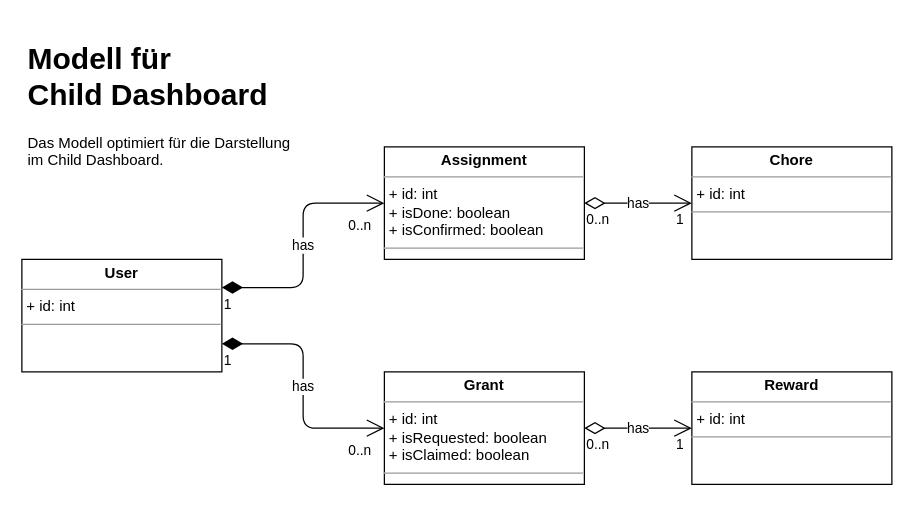
The draw.io diagram page "Child Dashboard Modell" (2 of 3) of doc/Enitätenmodell.drawio in schenkjan/MarbleCollector, before the edit. Source tidied: cells renumbered, new cells numbered last; positions are measured from the earlier drawing's top-left corner, leaving out a move shared by most shapes. Both pictures are drawn from the tidied source at 125%, with x=0, y=0 at pixel (21, 34).
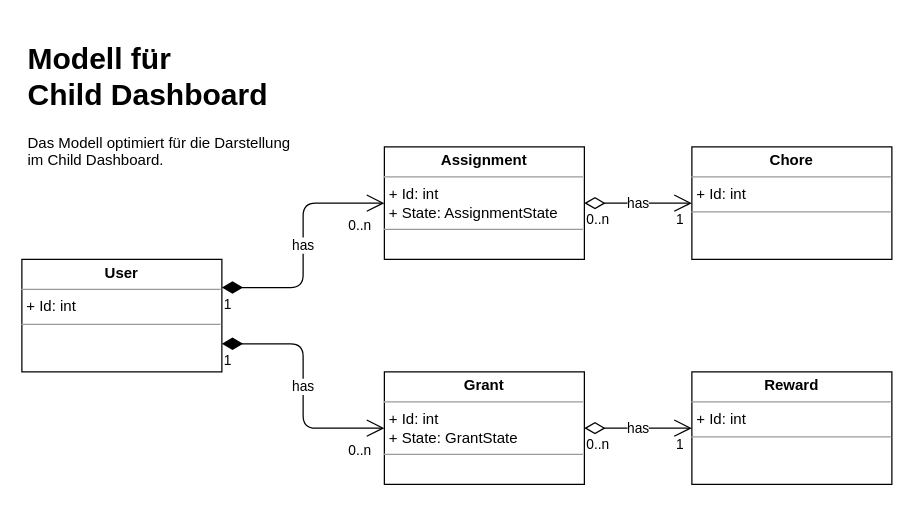
Above is the later version.

Commit message (it also covers changes not shown here):
Fixed state modelling.

The edit, as a diff of the source:
```diff
@@
-    <mxCell id="2" value="&lt;p style=&quot;margin: 0px ; margin-top: 4px ; text-align: center&quot;&gt;&lt;b&gt;User&lt;/b&gt;&lt;/p&gt;&lt;hr size=&quot;1&quot;&gt;&lt;p style=&quot;margin: 0px ; margin-left: 4px&quot;&gt;+ id: int&lt;/p&gt;&lt;hr size=&quot;1&quot;&gt;&lt;p style=&quot;margin: 0px ; margin-left: 4px&quot;&gt;&lt;br&gt;&lt;/p&gt;" style="verticalAlign=top;align=left;overflow=fill;fontSize=12;fontFamily=Helvetica;html=1;" parent="1" vertex="1">
+    <mxCell id="2" value="&lt;p style=&quot;margin: 0px ; margin-top: 4px ; text-align: center&quot;&gt;&lt;b&gt;User&lt;/b&gt;&lt;/p&gt;&lt;hr size=&quot;1&quot;&gt;&lt;p style=&quot;margin: 0px ; margin-left: 4px&quot;&gt;+ Id: int&lt;/p&gt;&lt;hr size=&quot;1&quot;&gt;&lt;p style=&quot;margin: 0px ; margin-left: 4px&quot;&gt;&lt;br&gt;&lt;/p&gt;" style="verticalAlign=top;align=left;overflow=fill;fontSize=12;fontFamily=Helvetica;html=1;" parent="1" vertex="1">
       <mxGeometry y="180" width="160" height="90" as="geometry" />
     </mxCell>
-    <mxCell id="3" value="&lt;p style=&quot;margin: 0px ; margin-top: 4px ; text-align: center&quot;&gt;&lt;b&gt;Chore&lt;/b&gt;&lt;/p&gt;&lt;hr size=&quot;1&quot;&gt;&lt;p style=&quot;margin: 0px ; margin-left: 4px&quot;&gt;+ id: int&lt;/p&gt;&lt;hr size=&quot;1&quot;&gt;&lt;p style=&quot;margin: 0px ; margin-left: 4px&quot;&gt;&lt;br&gt;&lt;/p&gt;" style="verticalAlign=top;align=left;overflow=fill;fontSize=12;fontFamily=Helvetica;html=1;" parent="1" vertex="1">
+    <mxCell id="3" value="&lt;p style=&quot;margin: 0px ; margin-top: 4px ; text-align: center&quot;&gt;&lt;b&gt;Chore&lt;/b&gt;&lt;/p&gt;&lt;hr size=&quot;1&quot;&gt;&lt;p style=&quot;margin: 0px ; margin-left: 4px&quot;&gt;+ Id: int&lt;/p&gt;&lt;hr size=&quot;1&quot;&gt;&lt;p style=&quot;margin: 0px ; margin-left: 4px&quot;&gt;&lt;br&gt;&lt;/p&gt;" style="verticalAlign=top;align=left;overflow=fill;fontSize=12;fontFamily=Helvetica;html=1;" parent="1" vertex="1">
       <mxGeometry x="536" y="90" width="160" height="90" as="geometry" />
     </mxCell>
-    <mxCell id="4" value="&lt;p style=&quot;margin: 0px ; margin-top: 4px ; text-align: center&quot;&gt;&lt;b&gt;Reward&lt;/b&gt;&lt;/p&gt;&lt;hr size=&quot;1&quot;&gt;&lt;p style=&quot;margin: 0px ; margin-left: 4px&quot;&gt;+ id: int&lt;/p&gt;&lt;hr size=&quot;1&quot;&gt;&lt;p style=&quot;margin: 0px ; margin-left: 4px&quot;&gt;&lt;br&gt;&lt;/p&gt;" style="verticalAlign=top;align=left;overflow=fill;fontSize=12;fontFamily=Helvetica;html=1;" parent="1" vertex="1">
+    <mxCell id="4" value="&lt;p style=&quot;margin: 0px ; margin-top: 4px ; text-align: center&quot;&gt;&lt;b&gt;Reward&lt;/b&gt;&lt;/p&gt;&lt;hr size=&quot;1&quot;&gt;&lt;p style=&quot;margin: 0px ; margin-left: 4px&quot;&gt;+ Id: int&lt;/p&gt;&lt;hr size=&quot;1&quot;&gt;&lt;p style=&quot;margin: 0px ; margin-left: 4px&quot;&gt;&lt;br&gt;&lt;/p&gt;" style="verticalAlign=top;align=left;overflow=fill;fontSize=12;fontFamily=Helvetica;html=1;" parent="1" vertex="1">
       <mxGeometry x="536" y="270" width="160" height="90" as="geometry" />
     </mxCell>
@@
-    <mxCell id="6" value="&lt;p style=&quot;margin: 0px ; margin-top: 4px ; text-align: center&quot;&gt;&lt;b&gt;Assignment&lt;/b&gt;&lt;/p&gt;&lt;hr size=&quot;1&quot;&gt;&lt;p style=&quot;margin: 0px ; margin-left: 4px&quot;&gt;+ id: int&lt;/p&gt;&lt;p style=&quot;margin: 0px ; margin-left: 4px&quot;&gt;+ isDone: boolean&lt;/p&gt;&lt;p style=&quot;margin: 0px ; margin-left: 4px&quot;&gt;+ isConfirmed: boolean&lt;/p&gt;&lt;hr size=&quot;1&quot;&gt;&lt;p style=&quot;margin: 0px ; margin-left: 4px&quot;&gt;&lt;br&gt;&lt;/p&gt;" style="verticalAlign=top;align=left;overflow=fill;fontSize=12;fontFamily=Helvetica;html=1;" parent="1" vertex="1">
+    <mxCell id="6" value="&lt;p style=&quot;margin: 0px ; margin-top: 4px ; text-align: center&quot;&gt;&lt;b&gt;Assignment&lt;/b&gt;&lt;/p&gt;&lt;hr size=&quot;1&quot;&gt;&lt;p style=&quot;margin: 0px ; margin-left: 4px&quot;&gt;+ Id: int&lt;/p&gt;&lt;p style=&quot;margin: 0px ; margin-left: 4px&quot;&gt;+ State: AssignmentState&lt;/p&gt;&lt;hr size=&quot;1&quot;&gt;&lt;p style=&quot;margin: 0px ; margin-left: 4px&quot;&gt;&lt;br&gt;&lt;/p&gt;" style="verticalAlign=top;align=left;overflow=fill;fontSize=12;fontFamily=Helvetica;html=1;" parent="1" vertex="1">
       <mxGeometry x="290" y="90" width="160" height="90" as="geometry" />
     </mxCell>
-    <mxCell id="7" value="&lt;p style=&quot;margin: 0px ; margin-top: 4px ; text-align: center&quot;&gt;&lt;b&gt;Grant&lt;/b&gt;&lt;/p&gt;&lt;hr size=&quot;1&quot;&gt;&lt;p style=&quot;margin: 0px ; margin-left: 4px&quot;&gt;+ id: int&lt;/p&gt;&lt;p style=&quot;margin: 0px ; margin-left: 4px&quot;&gt;+ isRequested: boolean&lt;/p&gt;&lt;p style=&quot;margin: 0px ; margin-left: 4px&quot;&gt;+ isClaimed: boolean&lt;/p&gt;&lt;hr size=&quot;1&quot;&gt;&lt;p style=&quot;margin: 0px ; margin-left: 4px&quot;&gt;&lt;br&gt;&lt;/p&gt;" style="verticalAlign=top;align=left;overflow=fill;fontSize=12;fontFamily=Helvetica;html=1;" parent="1" vertex="1">
+    <mxCell id="7" value="&lt;p style=&quot;margin: 0px ; margin-top: 4px ; text-align: center&quot;&gt;&lt;b&gt;Grant&lt;/b&gt;&lt;/p&gt;&lt;hr size=&quot;1&quot;&gt;&lt;p style=&quot;margin: 0px ; margin-left: 4px&quot;&gt;+ Id: int&lt;/p&gt;&lt;p style=&quot;margin: 0px ; margin-left: 4px&quot;&gt;+ State: GrantState&lt;br&gt;&lt;/p&gt;&lt;hr size=&quot;1&quot;&gt;&lt;p style=&quot;margin: 0px ; margin-left: 4px&quot;&gt;&lt;br&gt;&lt;/p&gt;" style="verticalAlign=top;align=left;overflow=fill;fontSize=12;fontFamily=Helvetica;html=1;" parent="1" vertex="1">
       <mxGeometry x="290" y="270" width="160" height="90" as="geometry" />
     </mxCell>
```
